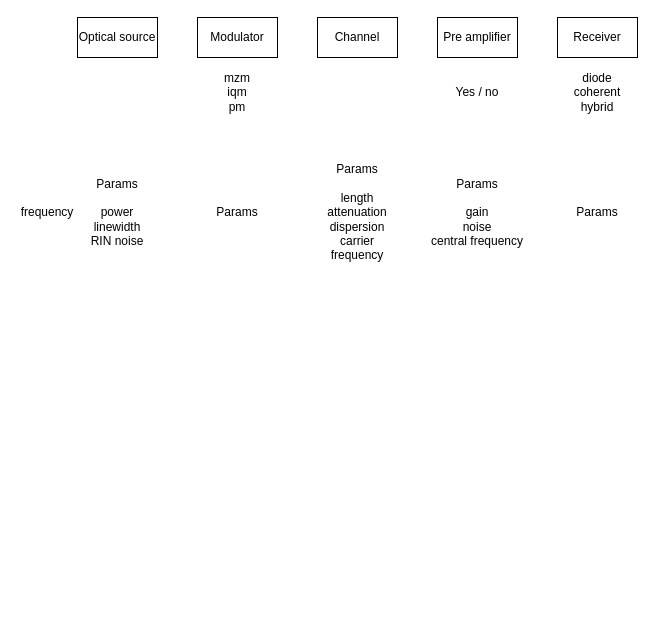
This is page "Stránka-3" (3 of 3) of diagram.drawio from jurkovicmartin/Bakal-ka, a draw.io file, before an edit. Source tidied: cells renumbered, new cells numbered last; positions are measured from the earlier drawing's top-left corner, leaving out a move shared by most shapes. Both pictures are drawn from the tidied source at 100%, with x=0, y=0 at pixel (17, 17).
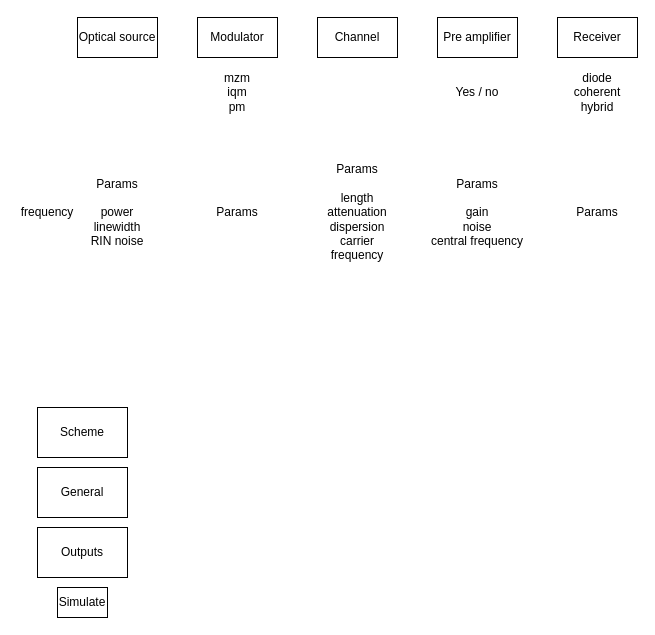
The same diagram, later.

The edit, as a diff of the source:
```diff
@@
 <mxGraphModel>
   <root>
     <mxCell id="0" />
     <mxCell id="1" parent="0" />
     <mxCell id="2" value="Optical source" style="rounded=0;whiteSpace=wrap;html=1;" parent="1" vertex="1">
       <mxGeometry x="60" width="80" height="40" as="geometry" />
     </mxCell>
     <mxCell id="3" value="Modulator" style="rounded=0;whiteSpace=wrap;html=1;" parent="1" vertex="1">
       <mxGeometry x="180" width="80" height="40" as="geometry" />
     </mxCell>
     <mxCell id="4" value="Channel" style="rounded=0;whiteSpace=wrap;html=1;" parent="1" vertex="1">
       <mxGeometry x="300" width="80" height="40" as="geometry" />
     </mxCell>
     <mxCell id="5" value="Pre amplifier" style="rounded=0;whiteSpace=wrap;html=1;" parent="1" vertex="1">
       <mxGeometry x="420" width="80" height="40" as="geometry" />
     </mxCell>
     <mxCell id="6" value="Receiver" style="rounded=0;whiteSpace=wrap;html=1;" parent="1" vertex="1">
       <mxGeometry x="540" width="80" height="40" as="geometry" />
     </mxCell>
     <mxCell id="7" value="mzm&lt;br&gt;iqm&lt;br&gt;pm" style="text;html=1;strokeColor=none;fillColor=none;align=center;verticalAlign=middle;whiteSpace=wrap;rounded=0;" parent="1" vertex="1">
       <mxGeometry x="190" y="60" width="60" height="30" as="geometry" />
     </mxCell>
     <mxCell id="8" value="Yes / no" style="text;html=1;strokeColor=none;fillColor=none;align=center;verticalAlign=middle;whiteSpace=wrap;rounded=0;" parent="1" vertex="1">
       <mxGeometry x="430" y="60" width="60" height="30" as="geometry" />
     </mxCell>
     <mxCell id="9" value="diode&lt;br&gt;coherent&lt;br&gt;hybrid" style="text;html=1;strokeColor=none;fillColor=none;align=center;verticalAlign=middle;whiteSpace=wrap;rounded=0;" parent="1" vertex="1">
       <mxGeometry x="550" y="60" width="60" height="30" as="geometry" />
     </mxCell>
     <mxCell id="10" value="Params&lt;br&gt;&lt;br&gt;power&lt;br&gt;linewidth&lt;br&gt;RIN noise" style="text;html=1;strokeColor=none;fillColor=none;align=center;verticalAlign=middle;whiteSpace=wrap;rounded=0;" parent="1" vertex="1">
       <mxGeometry x="70" y="180" width="60" height="30" as="geometry" />
     </mxCell>
     <mxCell id="11" value="Params" style="text;html=1;strokeColor=none;fillColor=none;align=center;verticalAlign=middle;whiteSpace=wrap;rounded=0;" parent="1" vertex="1">
       <mxGeometry x="190" y="180" width="60" height="30" as="geometry" />
     </mxCell>
     <mxCell id="12" value="Params&lt;br&gt;&lt;br&gt;length&lt;br&gt;attenuation&lt;br&gt;dispersion&lt;br&gt;carrier frequency" style="text;html=1;strokeColor=none;fillColor=none;align=center;verticalAlign=middle;whiteSpace=wrap;rounded=0;" parent="1" vertex="1">
       <mxGeometry x="310" y="180" width="60" height="30" as="geometry" />
     </mxCell>
     <mxCell id="13" value="Params&lt;br&gt;&lt;br&gt;gain&lt;br&gt;noise&lt;br&gt;central frequency" style="text;html=1;strokeColor=none;fillColor=none;align=center;verticalAlign=middle;whiteSpace=wrap;rounded=0;" parent="1" vertex="1">
       <mxGeometry x="395" y="180" width="130" height="30" as="geometry" />
     </mxCell>
     <mxCell id="14" value="Params" style="text;html=1;strokeColor=none;fillColor=none;align=center;verticalAlign=middle;whiteSpace=wrap;rounded=0;" parent="1" vertex="1">
       <mxGeometry x="550" y="180" width="60" height="30" as="geometry" />
     </mxCell>
     <mxCell id="15" value="frequency" style="text;html=1;strokeColor=none;fillColor=none;align=center;verticalAlign=middle;whiteSpace=wrap;rounded=0;" parent="1" vertex="1">
       <mxGeometry y="180" width="60" height="30" as="geometry" />
     </mxCell>
+    <mxCell id="16" value="Scheme" style="rounded=0;whiteSpace=wrap;html=1;" parent="1" vertex="1">
+      <mxGeometry x="20" y="390" width="90" height="50" as="geometry" />
+    </mxCell>
+    <mxCell id="17" value="General" style="rounded=0;whiteSpace=wrap;html=1;" parent="1" vertex="1">
+      <mxGeometry x="20" y="450" width="90" height="50" as="geometry" />
+    </mxCell>
+    <mxCell id="18" value="Outputs" style="rounded=0;whiteSpace=wrap;html=1;" parent="1" vertex="1">
+      <mxGeometry x="20" y="510" width="90" height="50" as="geometry" />
+    </mxCell>
+    <mxCell id="19" value="Simulate" style="rounded=0;whiteSpace=wrap;html=1;" parent="1" vertex="1">
+      <mxGeometry x="40" y="570" width="50" height="30" as="geometry" />
+    </mxCell>
   </root>
 </mxGraphModel>
```
